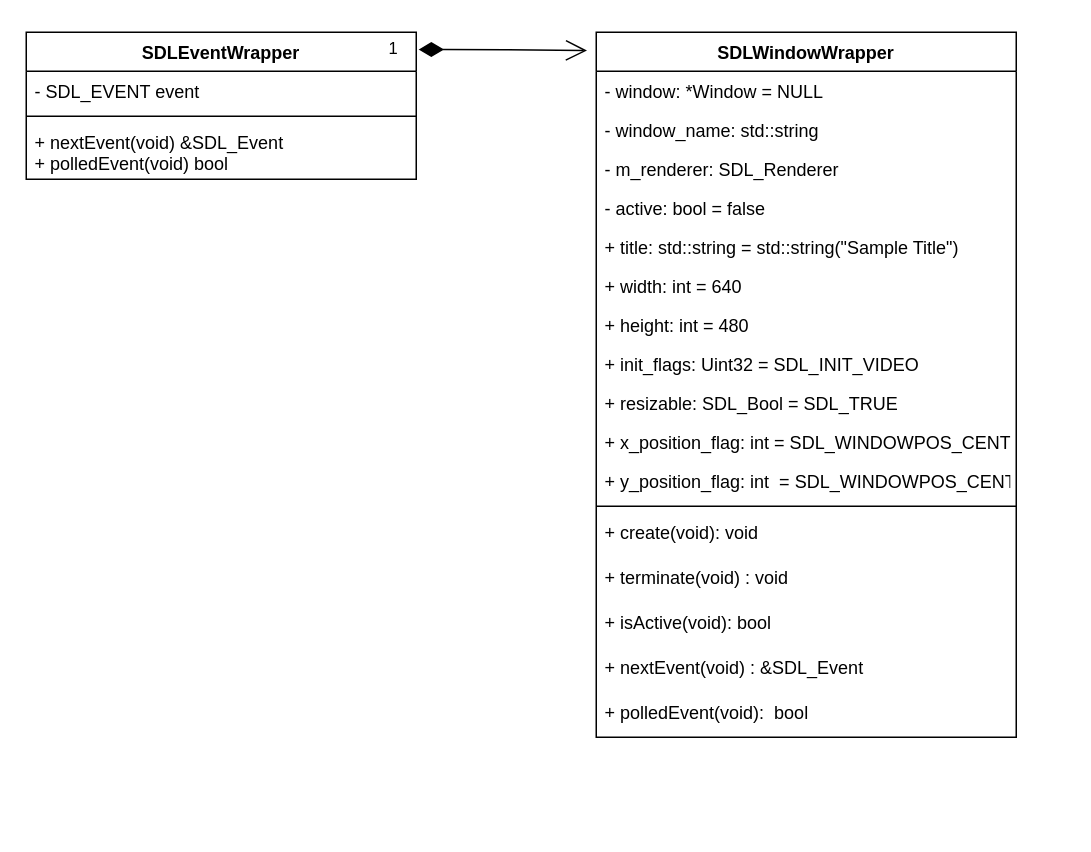
AntonyA3/Games-Engine keeps this draw.io diagram as page "SDLWindowSubset" (2 of 4) of docs/in_dev/Design/Total System Design.drawio. Above is the earlier version. Source tidied: cells renumbered, new cells numbered last; positions are measured from the earlier drawing's top-left corner, leaving out a move shared by most shapes. Both pictures are drawn from the tidied source at 150%, with x=0, y=0 at pixel (26, 32).
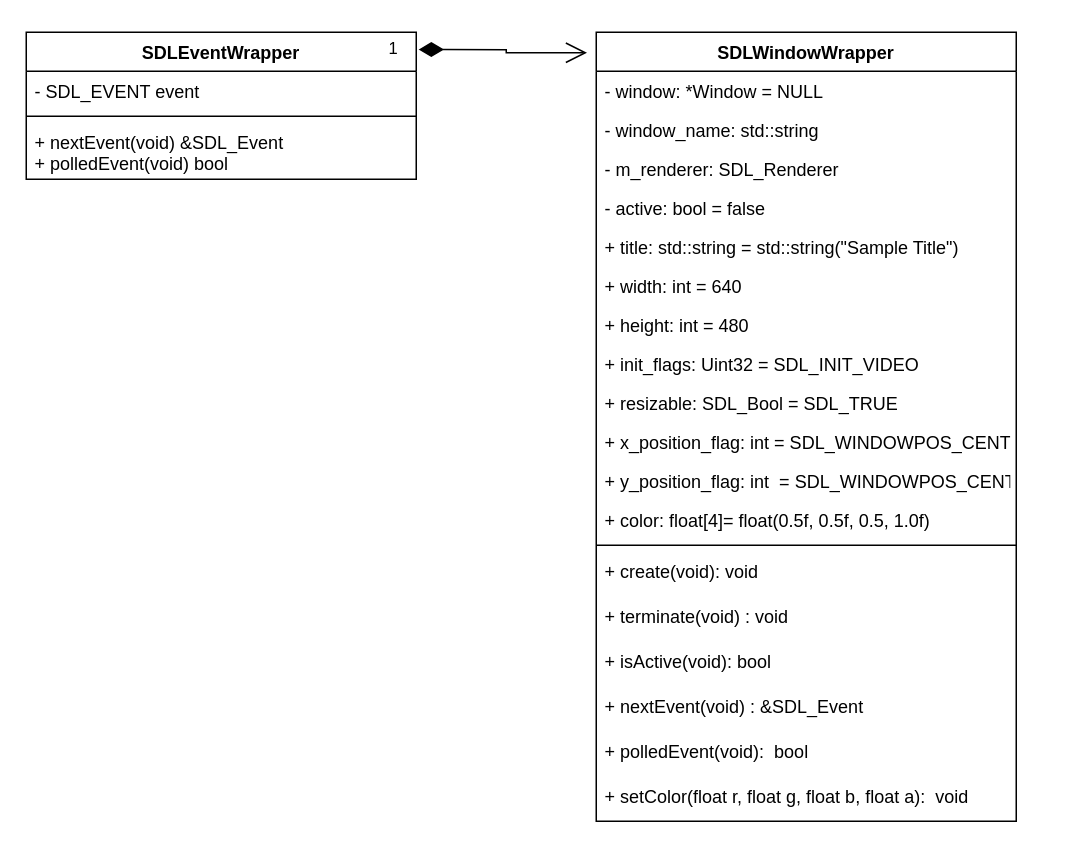
After the change.

The edit, as a diff of the source:
```diff
@@
     <mxCell id="2" value="SDLWindowWrapper" style="swimlane;fontStyle=1;align=center;verticalAlign=top;horizontal=1;startSize=26;" parent="1" vertex="1">
-      <mxGeometry x="380" width="280" height="470" as="geometry" />
+      <mxGeometry x="380" width="280" height="526" as="geometry" />
     </mxCell>
@@
+    <mxCell id="25" value="+ color: float[4]= float(0.5f, 0.5f, 0.5, 1.0f)" style="text;strokeColor=none;fillColor=none;align=left;verticalAlign=top;spacingLeft=4;spacingRight=4;overflow=hidden;" parent="2" vertex="1">
+      <mxGeometry y="312" width="280" height="26" as="geometry" />
+    </mxCell>
     <mxCell id="14" style="line;strokeWidth=1;fillColor=none;align=left;verticalAlign=middle;spacingTop=-1;spacingLeft=3;spacingRight=3;labelPosition=right;" parent="2" vertex="1">
-      <mxGeometry y="312" width="280" height="8" as="geometry" />
+      <mxGeometry y="338" width="280" height="8" as="geometry" />
     </mxCell>
     <mxCell id="15" value="+ create(void): void&#10;" style="text;strokeColor=none;fillColor=none;align=left;verticalAlign=top;spacingLeft=4;spacingRight=4;overflow=hidden;" parent="2" vertex="1">
-      <mxGeometry y="320" width="280" height="30" as="geometry" />
+      <mxGeometry y="346" width="280" height="30" as="geometry" />
     </mxCell>
     <mxCell id="16" value="+ terminate(void) : void&#10;" style="text;strokeColor=none;fillColor=none;align=left;verticalAlign=top;spacingLeft=4;spacingRight=4;overflow=hidden;" parent="2" vertex="1">
-      <mxGeometry y="350" width="280" height="30" as="geometry" />
+      <mxGeometry y="376" width="280" height="30" as="geometry" />
     </mxCell>
     <mxCell id="17" value="+ isActive(void): bool&#10;" style="text;strokeColor=none;fillColor=none;align=left;verticalAlign=top;spacingLeft=4;spacingRight=4;overflow=hidden;" parent="2" vertex="1">
-      <mxGeometry y="380" width="280" height="30" as="geometry" />
+      <mxGeometry y="406" width="280" height="30" as="geometry" />
     </mxCell>
     <mxCell id="18" value="+ nextEvent(void) : &amp;SDL_Event&#10;" style="text;strokeColor=none;fillColor=none;align=left;verticalAlign=top;spacingLeft=4;spacingRight=4;overflow=hidden;" parent="2" vertex="1">
-      <mxGeometry y="410" width="280" height="30" as="geometry" />
+      <mxGeometry y="436" width="280" height="30" as="geometry" />
     </mxCell>
     <mxCell id="19" value="+ polledEvent(void):  bool&#10;" style="text;strokeColor=none;fillColor=none;align=left;verticalAlign=top;spacingLeft=4;spacingRight=4;overflow=hidden;" parent="2" vertex="1">
-      <mxGeometry y="440" width="280" height="30" as="geometry" />
+      <mxGeometry y="466" width="280" height="30" as="geometry" />
     </mxCell>
+    <mxCell id="26" value="+ setColor(float r, float g, float b, float a):  void&#10;" style="text;strokeColor=none;fillColor=none;align=left;verticalAlign=top;spacingLeft=4;spacingRight=4;overflow=hidden;" parent="2" vertex="1">
+      <mxGeometry y="496" width="280" height="30" as="geometry" />
+    </mxCell>
```
